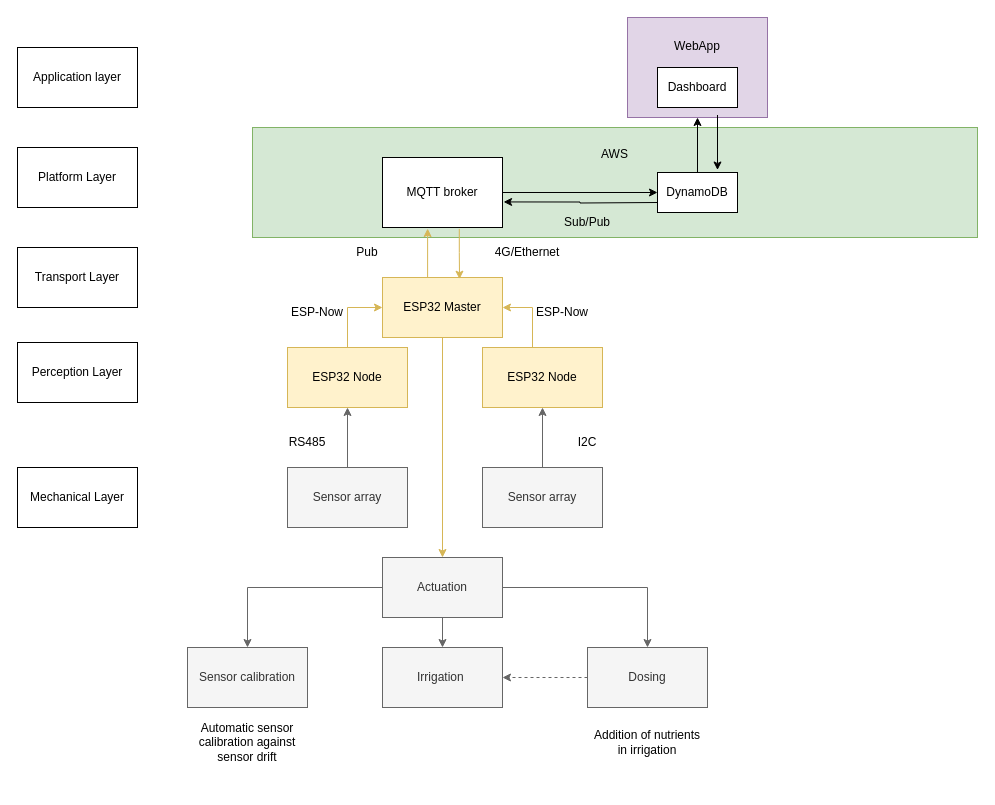
Above: page "Overall" (1 of 8) of Diagrams/Overall system structure (For internal use).drawio in eg4301/Agritech (draw.io), before the change. Source tidied: cells renumbered, new cells numbered last; positions are measured from the earlier drawing's top-left corner, leaving out a move shared by most shapes. Both pictures are drawn from the tidied source at 100%, with x=0, y=0 at pixel (17, 17).
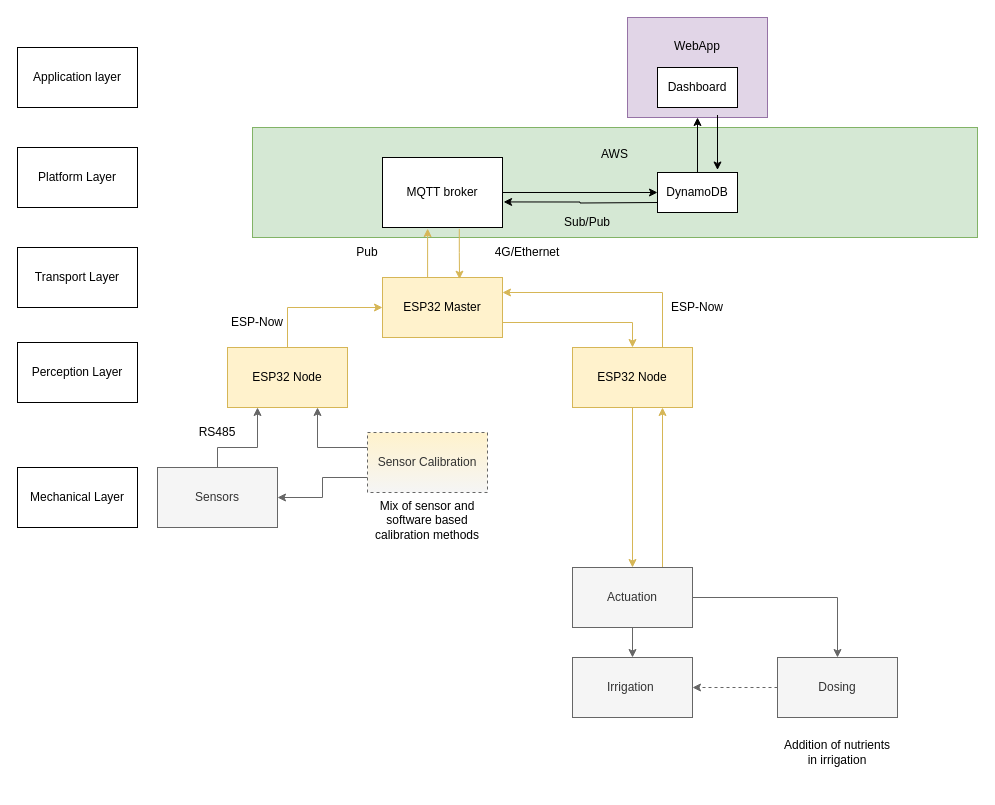
The same diagram, later.

The change refers to these unchanged cells:
```xml
<mxCell id="17" value="ESP32 Master" style="rounded=0;whiteSpace=wrap;html=1;fillColor=#fff2cc;strokeColor=#d6b656;" parent="1" vertex="1">
  <mxGeometry x="365" y="260" width="120" height="60" as="geometry" />
</mxCell>
```

The edit, as a diff of the source:
```diff
@@
-    <mxCell id="7" style="edgeStyle=orthogonalEdgeStyle;rounded=0;jettySize=auto;html=1;fillColor=#f5f5f5;strokeColor=#666666;" parent="1" edge="1" source="8">
+    <mxCell id="7" style="edgeStyle=orthogonalEdgeStyle;rounded=0;jettySize=auto;html=1;fillColor=#f5f5f5;strokeColor=#666666;entryX=0.25;entryY=1;entryDx=0;entryDy=0;exitX=0.5;exitY=0;exitDx=0;exitDy=0;" parent="1" edge="1" source="8" target="10">
       <mxGeometry relative="1" as="geometry">
-        <mxPoint x="330" y="390" as="targetPoint" />
+        <Array as="points">
+          <mxPoint x="200" y="430" />
+          <mxPoint x="240" y="430" />
+        </Array>
       </mxGeometry>
     </mxCell>
-    <mxCell id="8" value="Sensor array" style="rounded=0;whiteSpace=wrap;html=1;fillColor=#f5f5f5;fontColor=#333333;strokeColor=#666666;" parent="1" vertex="1">
-      <mxGeometry x="270" y="450" width="120" height="60" as="geometry" />
+    <mxCell id="8" value="Sensors" style="rounded=0;whiteSpace=wrap;html=1;fillColor=#f5f5f5;fontColor=#333333;strokeColor=#666666;" parent="1" vertex="1">
+      <mxGeometry x="140" y="450" width="120" height="60" as="geometry" />
     </mxCell>
-    <mxCell id="9" style="edgeStyle=orthogonalEdgeStyle;rounded=0;jettySize=auto;html=1;entryX=0;entryY=0.5;entryDx=0;entryDy=0;fillColor=#fff2cc;strokeColor=#d6b656;" parent="1" edge="1" source="10" target="17">
+    <mxCell id="9" style="edgeStyle=orthogonalEdgeStyle;rounded=0;jettySize=auto;html=1;entryX=0;entryY=0.5;entryDx=0;entryDy=0;fillColor=#fff2cc;strokeColor=#d6b656;exitX=0.5;exitY=0;exitDx=0;exitDy=0;" parent="1" edge="1" source="10" target="17">
       <mxGeometry relative="1" as="geometry" />
     </mxCell>
     <mxCell id="10" value="ESP32 Node" style="rounded=0;whiteSpace=wrap;html=1;fillColor=#fff2cc;strokeColor=#d6b656;" parent="1" vertex="1">
-      <mxGeometry x="270" y="330" width="120" height="60" as="geometry" />
+      <mxGeometry x="210" y="330" width="120" height="60" as="geometry" />
     </mxCell>
     <mxCell id="11" value="RS485" style="text;html=1;strokeColor=none;fillColor=none;align=center;verticalAlign=middle;whiteSpace=wrap;rounded=0;" parent="1" vertex="1">
-      <mxGeometry x="260" y="410" width="60" height="30" as="geometry" />
+      <mxGeometry x="170" y="400" width="60" height="30" as="geometry" />
     </mxCell>
-    <mxCell id="12" style="edgeStyle=orthogonalEdgeStyle;rounded=0;jettySize=auto;html=1;entryX=0.5;entryY=1;entryDx=0;entryDy=0;fillColor=#f5f5f5;strokeColor=#666666;" parent="1" edge="1" source="13" target="15">
-      <mxGeometry relative="1" as="geometry" />
-    </mxCell>
-    <mxCell id="13" value="Sensor array" style="rounded=0;whiteSpace=wrap;html=1;fillColor=#f5f5f5;fontColor=#333333;strokeColor=#666666;" parent="1" vertex="1">
-      <mxGeometry x="465" y="450" width="120" height="60" as="geometry" />
-    </mxCell>
-    <mxCell id="14" style="edgeStyle=orthogonalEdgeStyle;rounded=0;jettySize=auto;html=1;entryX=1;entryY=0.5;entryDx=0;entryDy=0;fillColor=#fff2cc;strokeColor=#d6b656;" parent="1" edge="1" source="15" target="17">
-      <mxGeometry relative="1" as="geometry">
-        <Array as="points">
-          <mxPoint x="515" y="290" />
-        </Array>
-      </mxGeometry>
-    </mxCell>
-    <mxCell id="15" value="ESP32 Node" style="rounded=0;whiteSpace=wrap;html=1;fillColor=#fff2cc;strokeColor=#d6b656;" parent="1" vertex="1">
-      <mxGeometry x="465" y="330" width="120" height="60" as="geometry" />
-    </mxCell>
-    <mxCell id="16" value="I2C" style="text;html=1;strokeColor=none;fillColor=none;align=center;verticalAlign=middle;whiteSpace=wrap;rounded=0;" parent="1" vertex="1">
-      <mxGeometry x="540" y="410" width="60" height="30" as="geometry" />
-    </mxCell>
@@
     <mxCell id="18" value="ESP-Now" style="text;html=1;strokeColor=none;fillColor=none;align=center;verticalAlign=middle;whiteSpace=wrap;rounded=0;" parent="1" vertex="1">
-      <mxGeometry x="270" y="280" width="60" height="30" as="geometry" />
+      <mxGeometry x="210" y="290" width="60" height="30" as="geometry" />
     </mxCell>
-    <mxCell id="19" value="ESP-Now" style="text;html=1;strokeColor=none;fillColor=none;align=center;verticalAlign=middle;whiteSpace=wrap;rounded=0;" parent="1" vertex="1">
-      <mxGeometry x="515" y="280" width="60" height="30" as="geometry" />
-    </mxCell>
@@
+    <mxCell id="45" style="edgeStyle=orthogonalEdgeStyle;rounded=0;jettySize=auto;html=1;entryX=0.75;entryY=1;entryDx=0;entryDy=0;exitX=0.75;exitY=0;exitDx=0;exitDy=0;fillColor=#fff2cc;strokeColor=#d6b656;" parent="1" edge="1" source="29" target="15">
+      <mxGeometry relative="1" as="geometry" />
+    </mxCell>
     <mxCell id="29" value="Actuation" style="rounded=0;whiteSpace=wrap;html=1;fillColor=#f5f5f5;fontColor=#333333;strokeColor=#666666;" parent="1" vertex="1">
-      <mxGeometry x="365" y="540" width="120" height="60" as="geometry" />
+      <mxGeometry x="555" y="550" width="120" height="60" as="geometry" />
     </mxCell>
-    <mxCell id="30" style="edgeStyle=orthogonalEdgeStyle;rounded=0;jettySize=auto;html=1;entryX=0.5;entryY=0;entryDx=0;entryDy=0;fillColor=#fff2cc;strokeColor=#d6b656;exitX=0.5;exitY=1;exitDx=0;exitDy=0;" parent="1" edge="1" source="17" target="29">
+    <mxCell id="30" style="edgeStyle=orthogonalEdgeStyle;rounded=0;jettySize=auto;html=1;entryX=0.5;entryY=0;entryDx=0;entryDy=0;fillColor=#fff2cc;strokeColor=#d6b656;exitX=1;exitY=0.75;exitDx=0;exitDy=0;" parent="1" edge="1" source="17" target="15">
       <mxGeometry relative="1" as="geometry" />
     </mxCell>
     <mxCell id="31" value="Irrigation&amp;nbsp;" style="rounded=0;whiteSpace=wrap;html=1;fillColor=#f5f5f5;fontColor=#333333;strokeColor=#666666;" parent="1" vertex="1">
-      <mxGeometry x="365" y="630" width="120" height="60" as="geometry" />
+      <mxGeometry x="555" y="640" width="120" height="60" as="geometry" />
     </mxCell>
     <mxCell id="32" value="Dosing" style="rounded=0;whiteSpace=wrap;html=1;fillColor=#f5f5f5;fontColor=#333333;strokeColor=#666666;" parent="1" vertex="1">
-      <mxGeometry x="570" y="630" width="120" height="60" as="geometry" />
+      <mxGeometry x="760" y="640" width="120" height="60" as="geometry" />
     </mxCell>
+    <mxCell id="46" style="edgeStyle=orthogonalEdgeStyle;rounded=0;jettySize=auto;html=1;entryX=0.75;entryY=1;entryDx=0;entryDy=0;fillColor=#f5f5f5;strokeColor=#666666;exitX=0;exitY=0.25;exitDx=0;exitDy=0;" parent="1" edge="1" source="33" target="10">
+      <mxGeometry relative="1" as="geometry">
+        <Array as="points">
+          <mxPoint x="300" y="430" />
+        </Array>
+      </mxGeometry>
+    </mxCell>
+    <mxCell id="47" style="edgeStyle=orthogonalEdgeStyle;rounded=0;jettySize=auto;html=1;entryX=1;entryY=0.5;entryDx=0;entryDy=0;fillColor=#f5f5f5;strokeColor=#666666;exitX=0;exitY=0.75;exitDx=0;exitDy=0;" parent="1" edge="1" source="33" target="8">
+      <mxGeometry relative="1" as="geometry" />
+    </mxCell>
-    <mxCell id="33" value="Sensor calibration" style="rounded=0;whiteSpace=wrap;html=1;fillColor=#f5f5f5;fontColor=#333333;strokeColor=#666666;" parent="1" vertex="1">
-      <mxGeometry x="170" y="630" width="120" height="60" as="geometry" />
+    <mxCell id="33" value="Sensor Calibration" style="rounded=0;whiteSpace=wrap;html=1;fillColor=#f5f5f5;fontColor=#333333;strokeColor=#666666;dashed=1;fillStyle=dashed;gradientColor=#FFF2CC;gradientDirection=north;" parent="1" vertex="1">
+      <mxGeometry x="350" y="415" width="120" height="60" as="geometry" />
     </mxCell>
-    <mxCell id="34" style="edgeStyle=orthogonalEdgeStyle;rounded=0;jettySize=auto;html=1;fillColor=#f5f5f5;strokeColor=#666666;exitX=0;exitY=0.5;exitDx=0;exitDy=0;entryX=0.5;entryY=0;entryDx=0;entryDy=0;" parent="1" edge="1" source="29" target="33">
-      <mxGeometry relative="1" as="geometry" />
-    </mxCell>
@@
-    <mxCell id="38" value="Automatic sensor calibration against sensor drift" style="text;html=1;strokeColor=none;fillColor=none;align=center;verticalAlign=middle;whiteSpace=wrap;rounded=0;" parent="1" vertex="1">
-      <mxGeometry x="175" y="690" width="110" height="70" as="geometry" />
-    </mxCell>
     <mxCell id="39" value="Addition of nutrients in irrigation" style="text;html=1;strokeColor=none;fillColor=none;align=center;verticalAlign=middle;whiteSpace=wrap;rounded=0;" parent="1" vertex="1">
-      <mxGeometry x="570" y="690" width="120" height="70" as="geometry" />
+      <mxGeometry x="760" y="700" width="120" height="70" as="geometry" />
     </mxCell>
@@
+    <mxCell id="14" style="edgeStyle=orthogonalEdgeStyle;rounded=0;jettySize=auto;html=1;entryX=1;entryY=0.25;entryDx=0;entryDy=0;exitX=0.75;exitY=0;exitDx=0;exitDy=0;fillColor=#fff2cc;strokeColor=#d6b656;" parent="1" edge="1" source="15" target="17">
+      <mxGeometry relative="1" as="geometry" />
+    </mxCell>
+    <mxCell id="48" style="edgeStyle=orthogonalEdgeStyle;rounded=0;jettySize=auto;html=1;entryX=0.5;entryY=0;entryDx=0;entryDy=0;fillColor=#fff2cc;strokeColor=#d6b656;" parent="1" edge="1" source="15" target="29">
+      <mxGeometry relative="1" as="geometry" />
+    </mxCell>
+    <mxCell id="15" value="ESP32 Node" style="rounded=0;whiteSpace=wrap;html=1;fillColor=#fff2cc;strokeColor=#d6b656;" parent="1" vertex="1">
+      <mxGeometry x="555" y="330" width="120" height="60" as="geometry" />
+    </mxCell>
+    <mxCell id="19" value="ESP-Now" style="text;html=1;strokeColor=none;fillColor=none;align=center;verticalAlign=middle;whiteSpace=wrap;rounded=0;" parent="1" vertex="1">
+      <mxGeometry x="650" y="275" width="60" height="30" as="geometry" />
+    </mxCell>
+    <mxCell id="49" value="Mix of sensor and software based calibration methods" style="text;html=1;strokeColor=none;fillColor=none;align=center;verticalAlign=middle;whiteSpace=wrap;rounded=0;" parent="1" vertex="1">
+      <mxGeometry x="350" y="475" width="120" height="55" as="geometry" />
+    </mxCell>
```
